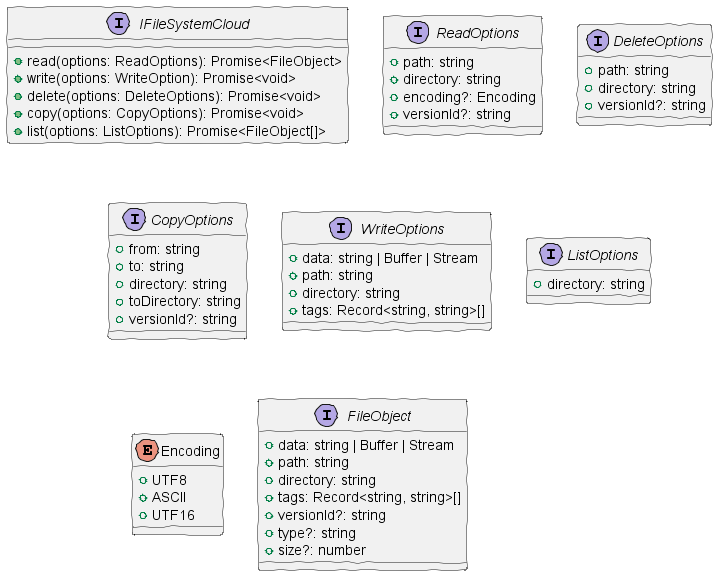
Above: documents/CLASS-DIAGRAM.png in chantharamanee-prat/fsc (PlantUML), before the change.
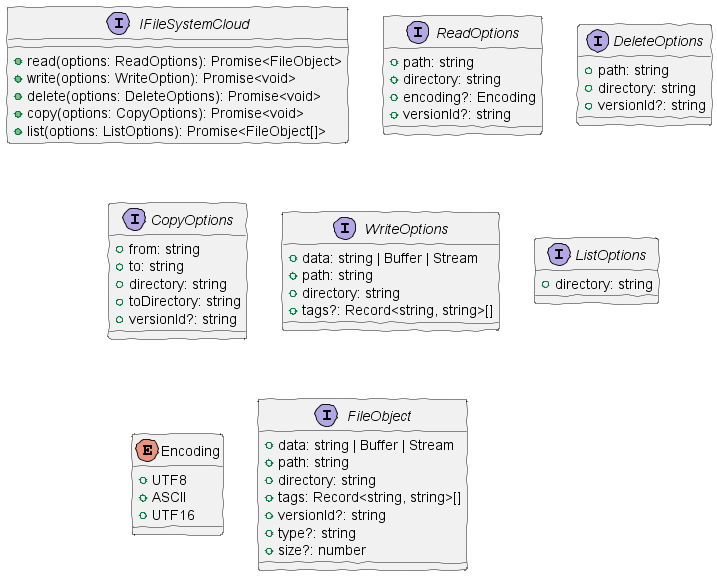
The same diagram one commit later.

Commit message:
chore: Updating CLASS-DIAGRAM

Change to the diagram source:
```diff
@@ -33,7 +33,7 @@
  +data: string | Buffer | Stream
  +path: string
  +directory: string
- +tags: Record<string, string>[]
+ +tags?: Record<string, string>[]
 }
 
 interface ListOptions {
```
